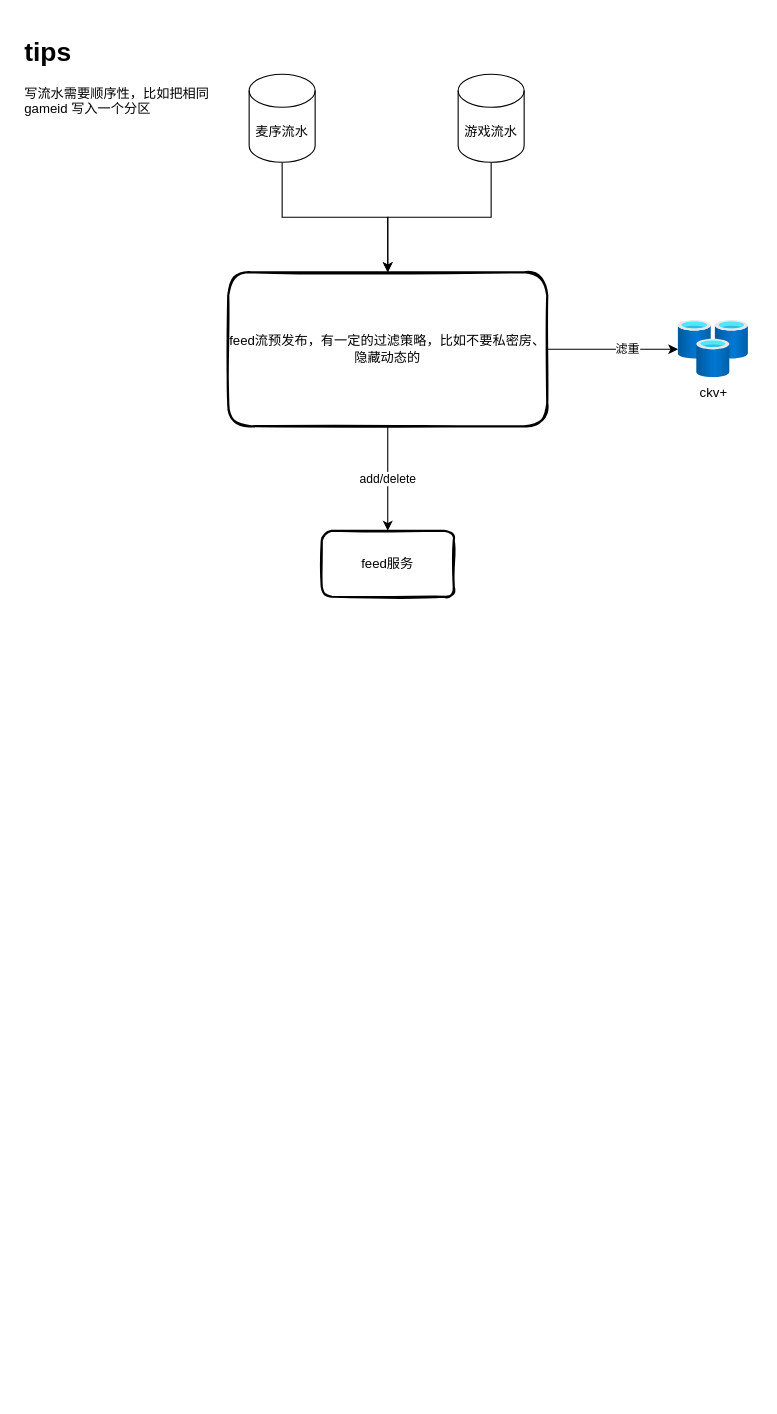
The draw.io diagram feed流.drawio in mumodenan/draw.io, before the edit. Source tidied: cells renumbered, new cells numbered last; positions are measured from the earlier drawing's top-left corner, leaving out a move shared by most shapes. Both pictures are drawn from the tidied source at 110%, with x=0, y=0 at pixel (19, 30).
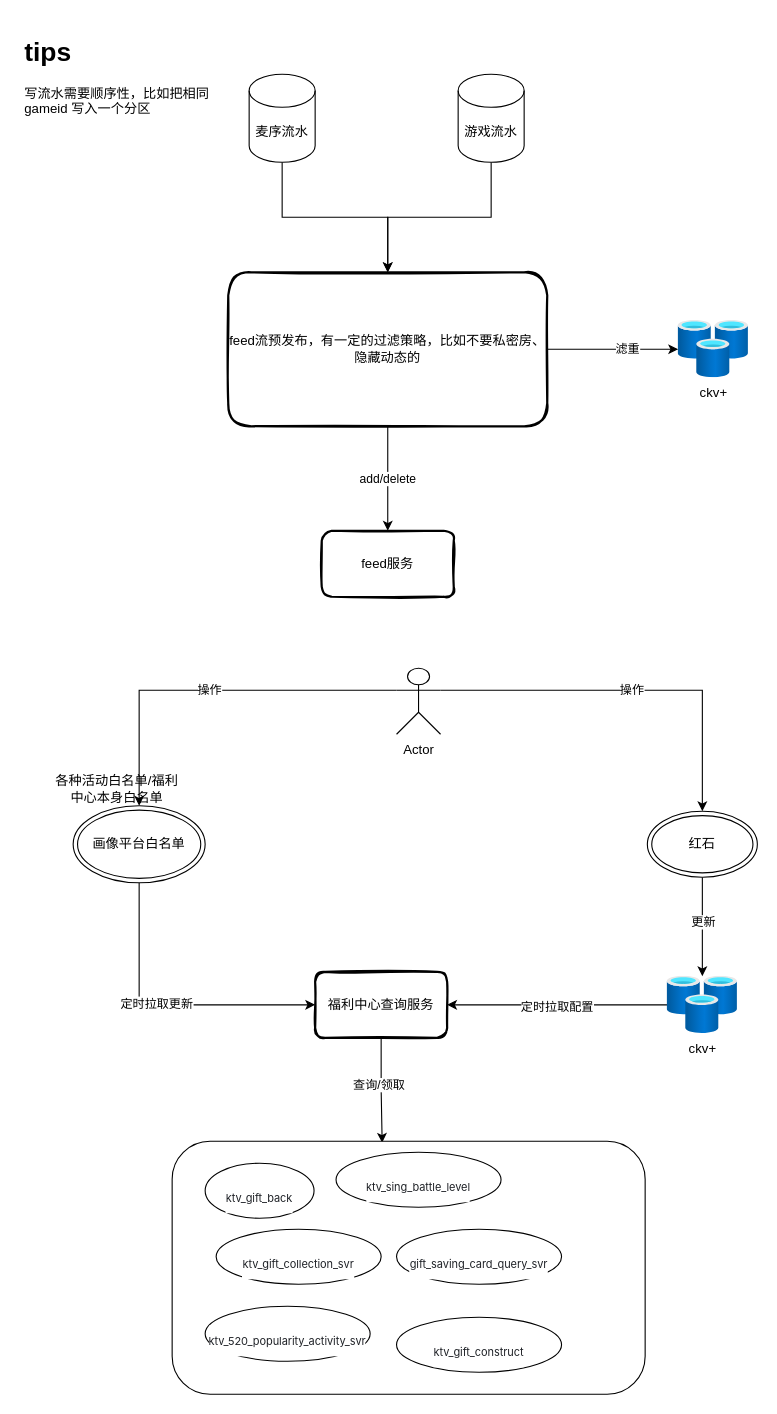
Above is the later version.

Diff of the diagram source:
```diff
@@
+    <mxCell id="13" style="edgeStyle=orthogonalEdgeStyle;rounded=0;jettySize=auto;html=1;exitX=0.5;exitY=1;exitDx=0;exitDy=0;entryX=0.444;entryY=0.006;entryDx=0;entryDy=0;entryPerimeter=0;" parent="1" edge="1" source="15" target="29">
+      <mxGeometry relative="1" as="geometry" />
+    </mxCell>
+    <mxCell id="14" value="查询/领取" style="edgeLabel;html=1;align=center;verticalAlign=middle;" parent="13" vertex="1">
+      <mxGeometry x="-0.12" y="-3" relative="1" as="geometry" />
+    </mxCell>
+    <mxCell id="15" value="福利中心查询服务" style="rounded=1;whiteSpace=wrap;html=1;strokeWidth=2;fillWeight=4;hachureGap=8;hachureAngle=45;fillColor=none;sketch=1;" parent="1" vertex="1">
+      <mxGeometry x="269" y="856" width="120" height="60" as="geometry" />
+    </mxCell>
+    <mxCell id="16" style="edgeStyle=orthogonalEdgeStyle;rounded=0;jettySize=auto;html=1;entryX=1;entryY=0.5;entryDx=0;entryDy=0;" parent="1" edge="1" source="18" target="15">
+      <mxGeometry relative="1" as="geometry" />
+    </mxCell>
+    <mxCell id="17" value="定时拉取配置" style="edgeLabel;html=1;align=center;verticalAlign=middle;" parent="16" vertex="1">
+      <mxGeometry x="0.01" y="1" relative="1" as="geometry" />
+    </mxCell>
+    <mxCell id="18" value="ckv+" style="image;html=1;points=[];align=center;fontSize=12;image=img/lib/azure2/databases/Cache_Redis.svg;" parent="1" vertex="1">
+      <mxGeometry x="589" y="860" width="64" height="52" as="geometry" />
+    </mxCell>
+    <mxCell id="19" style="edgeStyle=orthogonalEdgeStyle;rounded=0;jettySize=auto;html=1;exitX=0.5;exitY=1;exitDx=0;exitDy=0;" parent="1" edge="1" source="21" target="18">
+      <mxGeometry relative="1" as="geometry" />
+    </mxCell>
+    <mxCell id="20" value="更新" style="edgeLabel;html=1;align=center;verticalAlign=middle;" parent="19" vertex="1">
+      <mxGeometry x="-0.11" relative="1" as="geometry" />
+    </mxCell>
+    <mxCell id="21" value="红石" style="ellipse;shape=doubleEllipse;whiteSpace=wrap;html=1;" parent="1" vertex="1">
+      <mxGeometry x="571" y="710" width="100" height="60" as="geometry" />
+    </mxCell>
+    <mxCell id="22" value="操作" style="edgeStyle=orthogonalEdgeStyle;rounded=0;jettySize=auto;html=1;exitX=1;exitY=0.3333333333333333;exitDx=0;exitDy=0;exitPerimeter=0;" parent="1" edge="1" source="24" target="21">
+      <mxGeometry relative="1" as="geometry" />
+    </mxCell>
+    <mxCell id="23" value="操作" style="edgeStyle=orthogonalEdgeStyle;rounded=0;jettySize=auto;html=1;exitX=0;exitY=0.3333333333333333;exitDx=0;exitDy=0;exitPerimeter=0;" parent="1" edge="1" source="24" target="27">
+      <mxGeometry relative="1" as="geometry" />
+    </mxCell>
+    <mxCell id="24" value="Actor" style="shape=umlActor;verticalLabelPosition=bottom;verticalAlign=top;html=1;outlineConnect=0;" parent="1" vertex="1">
+      <mxGeometry x="343" y="580" width="40" height="60" as="geometry" />
+    </mxCell>
+    <mxCell id="25" style="edgeStyle=orthogonalEdgeStyle;rounded=0;jettySize=auto;html=1;exitX=0.5;exitY=1;exitDx=0;exitDy=0;entryX=0;entryY=0.5;entryDx=0;entryDy=0;" parent="1" edge="1" source="27" target="15">
+      <mxGeometry relative="1" as="geometry" />
+    </mxCell>
+    <mxCell id="26" value="定时拉取更新" style="edgeLabel;html=1;align=center;verticalAlign=middle;" parent="25" vertex="1">
+      <mxGeometry x="-0.07" y="2" relative="1" as="geometry" />
+    </mxCell>
+    <mxCell id="27" value="画像平台白名单" style="ellipse;shape=doubleEllipse;whiteSpace=wrap;html=1;" parent="1" vertex="1">
+      <mxGeometry x="49" y="705" width="120" height="70" as="geometry" />
+    </mxCell>
+    <mxCell id="28" value="各种活动白名单/福利中心本身白名单" style="text;html=1;strokeColor=none;fillColor=none;align=center;verticalAlign=middle;whiteSpace=wrap;rounded=0;" parent="1" vertex="1">
+      <mxGeometry x="29" y="675" width="120" height="30" as="geometry" />
+    </mxCell>
+    <mxCell id="29" style="rounded=1;whiteSpace=wrap;html=1;" parent="1" vertex="1">
+      <mxGeometry x="139" y="1010" width="430" height="230" as="geometry" />
+    </mxCell>
+    <mxCell id="30" value="&lt;h3 style=&quot;margin: 24px 0px 12px; padding: 0px; color: rgb(32, 35, 40); font-weight: var(--font-bold); line-height: calc(28px); letter-spacing: -0.006em; font-family: -apple-system, &amp;quot;PingFang SC&amp;quot;, &amp;quot;Microsoft YaHei&amp;quot;, &amp;quot;Hiragino Sans GB&amp;quot;, &amp;quot;Source Han Sans SC&amp;quot;, &amp;quot;Helvetica Neue&amp;quot;, Helvetica, Arial, &amp;quot;Segoe UI&amp;quot;; text-align: start; background-color: rgb(255, 255, 255);&quot; id=&quot;id-福利中心-ktv_gift_back礼物回馈&quot;&gt;&lt;font style=&quot;font-size: 10px;&quot;&gt;ktv_gift_back&lt;/font&gt;&lt;/h3&gt;" style="ellipse;whiteSpace=wrap;html=1;" parent="1" vertex="1">
+      <mxGeometry x="169" y="1030" width="99" height="50" as="geometry" />
+    </mxCell>
+    <mxCell id="31" value="&lt;h3 style=&quot;margin: 24px 0px 12px; padding: 0px; color: rgb(32, 35, 40); font-weight: var(--font-bold); line-height: calc(28px); letter-spacing: -0.006em; font-family: -apple-system, &amp;quot;PingFang SC&amp;quot;, &amp;quot;Microsoft YaHei&amp;quot;, &amp;quot;Hiragino Sans GB&amp;quot;, &amp;quot;Source Han Sans SC&amp;quot;, &amp;quot;Helvetica Neue&amp;quot;, Helvetica, Arial, &amp;quot;Segoe UI&amp;quot;; text-align: start; background-color: rgb(255, 255, 255);&quot; id=&quot;id-福利中心-ktv_sing_battle_level战令&quot;&gt;&lt;font style=&quot;font-size: 10px;&quot;&gt;ktv_sing_battle_level&lt;/font&gt;&lt;/h3&gt;" style="ellipse;whiteSpace=wrap;html=1;" parent="1" vertex="1">
+      <mxGeometry x="288" y="1020" width="150" height="50" as="geometry" />
+    </mxCell>
+    <mxCell id="32" value="&lt;h3 style=&quot;margin: 24px 0px 12px; padding: 0px; color: rgb(32, 35, 40); font-weight: var(--font-bold); line-height: calc(28px); letter-spacing: -0.006em; font-family: -apple-system, &amp;quot;PingFang SC&amp;quot;, &amp;quot;Microsoft YaHei&amp;quot;, &amp;quot;Hiragino Sans GB&amp;quot;, &amp;quot;Source Han Sans SC&amp;quot;, &amp;quot;Helvetica Neue&amp;quot;, Helvetica, Arial, &amp;quot;Segoe UI&amp;quot;; text-align: start; background-color: rgb(255, 255, 255);&quot; id=&quot;id-福利中心-ktv_gift_collection_svr礼物收集&quot;&gt;&lt;font style=&quot;font-size: 10px;&quot;&gt;ktv_gift_collection_svr&lt;/font&gt;&lt;/h3&gt;" style="ellipse;whiteSpace=wrap;html=1;" parent="1" vertex="1">
+      <mxGeometry x="179" y="1090" width="150" height="50" as="geometry" />
+    </mxCell>
+    <mxCell id="33" value="&lt;h3 style=&quot;margin: 24px 0px 12px; padding: 0px; color: rgb(32, 35, 40); font-size: 10px; font-weight: var(--font-bold); line-height: calc(28px); letter-spacing: -0.006em; font-family: -apple-system, &amp;quot;PingFang SC&amp;quot;, &amp;quot;Microsoft YaHei&amp;quot;, &amp;quot;Hiragino Sans GB&amp;quot;, &amp;quot;Source Han Sans SC&amp;quot;, &amp;quot;Helvetica Neue&amp;quot;, Helvetica, Arial, &amp;quot;Segoe UI&amp;quot;; text-align: start; background-color: rgb(255, 255, 255);&quot; id=&quot;id-福利中心-gift_saving_card_query_svr周卡&quot;&gt;gift_saving_card_query_svr&lt;/h3&gt;" style="ellipse;whiteSpace=wrap;html=1;" parent="1" vertex="1">
+      <mxGeometry x="343" y="1090" width="150" height="50" as="geometry" />
+    </mxCell>
+    <mxCell id="34" value="&lt;h3 style=&quot;margin: 24px 0px 12px; padding: 0px; color: rgb(32, 35, 40); font-size: 10px; font-weight: var(--font-bold); line-height: calc(28px); letter-spacing: -0.006em; font-family: -apple-system, &amp;quot;PingFang SC&amp;quot;, &amp;quot;Microsoft YaHei&amp;quot;, &amp;quot;Hiragino Sans GB&amp;quot;, &amp;quot;Source Han Sans SC&amp;quot;, &amp;quot;Helvetica Neue&amp;quot;, Helvetica, Arial, &amp;quot;Segoe UI&amp;quot;; text-align: start; background-color: rgb(255, 255, 255);&quot; id=&quot;id-福利中心-ktv_520_popularity_activity_svr好人缘&quot;&gt;ktv_520_popularity_activity_svr&lt;/h3&gt;" style="ellipse;whiteSpace=wrap;html=1;" parent="1" vertex="1">
+      <mxGeometry x="169" y="1160" width="150" height="50" as="geometry" />
+    </mxCell>
+    <mxCell id="35" value="&lt;h3 style=&quot;margin: 24px 0px 12px; padding: 0px; color: rgb(32, 35, 40); font-size: 10px; font-weight: var(--font-bold); line-height: calc(28px); letter-spacing: -0.006em; font-family: -apple-system, &amp;quot;PingFang SC&amp;quot;, &amp;quot;Microsoft YaHei&amp;quot;, &amp;quot;Hiragino Sans GB&amp;quot;, &amp;quot;Source Han Sans SC&amp;quot;, &amp;quot;Helvetica Neue&amp;quot;, Helvetica, Arial, &amp;quot;Segoe UI&amp;quot;; text-align: start; background-color: rgb(255, 255, 255);&quot; id=&quot;id-福利中心-ktv_gift_construct盖楼&quot;&gt;ktv_gift_construct&lt;/h3&gt;" style="ellipse;whiteSpace=wrap;html=1;" parent="1" vertex="1">
+      <mxGeometry x="343" y="1170" width="150" height="50" as="geometry" />
+    </mxCell>
```
